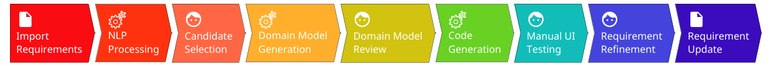
Above: docs/application/milestones.png in joerg-rade/domox (PlantUML), before the change.
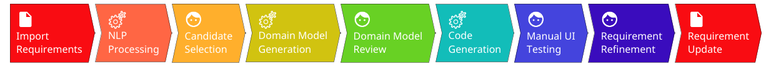
After the change.

Change to the diagram source:
```diff
@@ -18,20 +18,20 @@
 skinparam defaultFontWeight bold
 
 action "$m1" as M1 #f80c12
-process "$m2" as M2 #ff3311
+process "$m2" as M2 #ff6644
 M1 - M2
-process "$m3" as M3 #ff6644
+process "$m3" as M3 #feae2d
 M2 - M3
-process "$m4" as M4 #feae2d
+process "$m4" as M4 #d0c310
 M3 - M4
-process "$m5" as M5 #d0c310
+process "$m5" as M5 #69d025
 M4 - M5
-process "$m6" as M6 #69d025
+process "$m6" as M6 #12bdb9
 M5 - M6
-process "$m7" as M7 #12bdb9
+process "$m7" as M7 #4444dd
 M6 - M7
-process "$m8" as M8 #4444dd
+process "$m8" as M8 #3b0cbd
 M7 - M8
-process "$m9" as M9 #3b0cbd
+process "$m9" as M9 #f80c12
 M8 - M9
 @enduml
```
